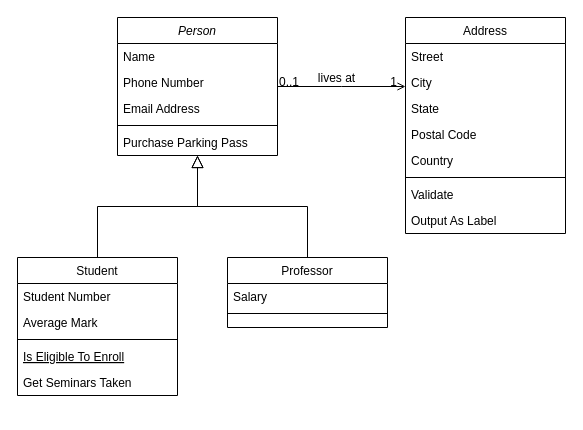
This is Database.drawio from sourchib/Assessment-Sysadmin, a draw.io file, before an edit. Source tidied: cells renumbered, new cells numbered last; positions are measured from the earlier drawing's top-left corner, leaving out a move shared by most shapes. Both pictures are drawn from the tidied source at 100%, with x=0, y=0 at pixel (17, 17).
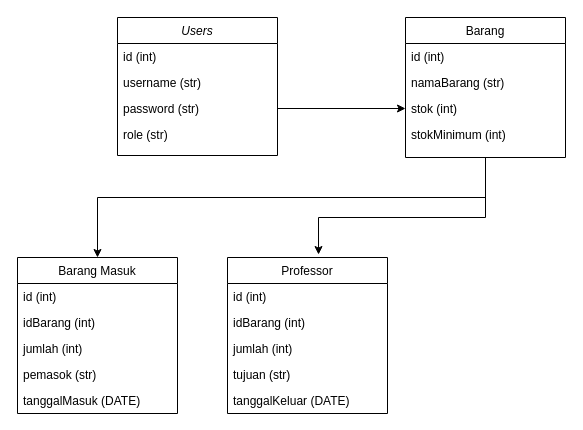
After the change.

The edit, as a diff of the source:
```diff
@@
-    <mxCell id="2" value="Person" style="swimlane;fontStyle=2;align=center;verticalAlign=top;horizontal=1;startSize=26;rounded=0;shadow=0;strokeWidth=1;" parent="1" vertex="1">
+    <mxCell id="2" value="Users" style="swimlane;fontStyle=2;align=center;verticalAlign=top;horizontal=1;startSize=26;rounded=0;shadow=0;strokeWidth=1;" parent="1" vertex="1">
       <mxGeometry x="100" width="160" height="138" as="geometry" />
     </mxCell>
-    <mxCell id="3" value="Name" style="text;align=left;verticalAlign=top;spacingLeft=4;spacingRight=4;overflow=hidden;" parent="2" vertex="1">
+    <mxCell id="3" value="id (int)" style="text;align=left;verticalAlign=top;spacingLeft=4;spacingRight=4;overflow=hidden;" parent="2" vertex="1">
       <mxGeometry y="26" width="160" height="26" as="geometry" />
     </mxCell>
-    <mxCell id="4" value="Phone Number" style="text;align=left;verticalAlign=top;spacingLeft=4;spacingRight=4;overflow=hidden;rounded=0;shadow=0;html=0;" parent="2" vertex="1">
+    <mxCell id="4" value="username (str)" style="text;align=left;verticalAlign=top;spacingLeft=4;spacingRight=4;overflow=hidden;rounded=0;shadow=0;html=0;" parent="2" vertex="1">
       <mxGeometry y="52" width="160" height="26" as="geometry" />
     </mxCell>
-    <mxCell id="5" value="Email Address" style="text;align=left;verticalAlign=top;spacingLeft=4;spacingRight=4;overflow=hidden;points=[[0,0.5],[1,0.5]];portConstraint=eastwest;rounded=0;shadow=0;html=0;" parent="2" vertex="1">
+    <mxCell id="5" value="password (str)" style="text;align=left;verticalAlign=top;spacingLeft=4;spacingRight=4;overflow=hidden;points=[[0,0.5],[1,0.5]];portConstraint=eastwest;rounded=0;shadow=0;html=0;" parent="2" vertex="1">
       <mxGeometry y="78" width="160" height="26" as="geometry" />
     </mxCell>
-    <mxCell id="6" style="line;html=1;strokeWidth=1;align=left;verticalAlign=middle;spacingTop=-1;spacingLeft=3;spacingRight=3;labelPosition=right;" parent="2" vertex="1">
-      <mxGeometry y="104" width="160" height="8" as="geometry" />
-    </mxCell>
-    <mxCell id="7" value="Purchase Parking Pass" style="text;align=left;verticalAlign=top;spacingLeft=4;spacingRight=4;overflow=hidden;" parent="2" vertex="1">
-      <mxGeometry y="112" width="160" height="26" as="geometry" />
-    </mxCell>
+    <mxCell id="32" value="role (str)" style="text;align=left;verticalAlign=top;spacingLeft=4;spacingRight=4;overflow=hidden;rounded=0;shadow=0;html=0;" parent="2" vertex="1">
+      <mxGeometry y="104" width="160" height="26" as="geometry" />
+    </mxCell>
-    <mxCell id="8" value="Student" style="swimlane;fontStyle=0;align=center;verticalAlign=top;horizontal=1;startSize=26;rounded=0;shadow=0;strokeWidth=1;" parent="1" vertex="1">
-      <mxGeometry y="240" width="160" height="138" as="geometry" />
+    <mxCell id="8" value="Barang Masuk" style="swimlane;fontStyle=0;align=center;verticalAlign=top;horizontal=1;startSize=26;rounded=0;shadow=0;strokeWidth=1;" parent="1" vertex="1">
+      <mxGeometry y="240" width="160" height="156" as="geometry" />
     </mxCell>
-    <mxCell id="9" value="Student Number" style="text;align=left;verticalAlign=top;spacingLeft=4;spacingRight=4;overflow=hidden;" parent="8" vertex="1">
+    <mxCell id="9" value="id (int)" style="text;align=left;verticalAlign=top;spacingLeft=4;spacingRight=4;overflow=hidden;" parent="8" vertex="1">
       <mxGeometry y="26" width="160" height="26" as="geometry" />
     </mxCell>
-    <mxCell id="10" value="Average Mark" style="text;align=left;verticalAlign=top;spacingLeft=4;spacingRight=4;overflow=hidden;rounded=0;shadow=0;html=0;" parent="8" vertex="1">
+    <mxCell id="10" value="idBarang (int)" style="text;align=left;verticalAlign=top;spacingLeft=4;spacingRight=4;overflow=hidden;rounded=0;shadow=0;html=0;" parent="8" vertex="1">
       <mxGeometry y="52" width="160" height="26" as="geometry" />
     </mxCell>
-    <mxCell id="11" style="line;html=1;strokeWidth=1;align=left;verticalAlign=middle;spacingTop=-1;spacingLeft=3;spacingRight=3;labelPosition=right;" parent="8" vertex="1">
-      <mxGeometry y="78" width="160" height="8" as="geometry" />
-    </mxCell>
-    <mxCell id="12" value="Is Eligible To Enroll" style="text;align=left;verticalAlign=top;spacingLeft=4;spacingRight=4;overflow=hidden;fontStyle=4;" parent="8" vertex="1">
-      <mxGeometry y="86" width="160" height="26" as="geometry" />
+    <mxCell id="12" value="jumlah (int)" style="text;align=left;verticalAlign=top;spacingLeft=4;spacingRight=4;overflow=hidden;fontStyle=0;" parent="8" vertex="1">
+      <mxGeometry y="78" width="160" height="26" as="geometry" />
     </mxCell>
-    <mxCell id="13" value="Get Seminars Taken" style="text;align=left;verticalAlign=top;spacingLeft=4;spacingRight=4;overflow=hidden;" parent="8" vertex="1">
-      <mxGeometry y="112" width="160" height="26" as="geometry" />
+    <mxCell id="13" value="pemasok (str)" style="text;align=left;verticalAlign=top;spacingLeft=4;spacingRight=4;overflow=hidden;" parent="8" vertex="1">
+      <mxGeometry y="104" width="160" height="26" as="geometry" />
     </mxCell>
-    <mxCell id="14" style="endArrow=block;endSize=10;endFill=0;shadow=0;strokeWidth=1;rounded=0;curved=0;edgeStyle=elbowEdgeStyle;elbow=vertical;" parent="1" edge="1" source="8" target="2">
-      <mxGeometry relative="1" as="geometry" />
-    </mxCell>
+    <mxCell id="33" value="tanggalMasuk (DATE)" style="text;align=left;verticalAlign=top;spacingLeft=4;spacingRight=4;overflow=hidden;" parent="8" vertex="1">
+      <mxGeometry y="130" width="160" height="26" as="geometry" />
+    </mxCell>
     <mxCell id="15" value="Professor" style="swimlane;fontStyle=0;align=center;verticalAlign=top;horizontal=1;startSize=26;rounded=0;shadow=0;strokeWidth=1;" parent="1" vertex="1">
-      <mxGeometry x="210" y="240" width="160" height="70" as="geometry" />
+      <mxGeometry x="210" y="240" width="160" height="156" as="geometry" />
     </mxCell>
-    <mxCell id="16" value="Salary" style="text;align=left;verticalAlign=top;spacingLeft=4;spacingRight=4;overflow=hidden;" parent="15" vertex="1">
+    <mxCell id="16" value="id (int)" style="text;align=left;verticalAlign=top;spacingLeft=4;spacingRight=4;overflow=hidden;" parent="15" vertex="1">
       <mxGeometry y="26" width="160" height="26" as="geometry" />
     </mxCell>
-    <mxCell id="17" style="line;html=1;strokeWidth=1;align=left;verticalAlign=middle;spacingTop=-1;spacingLeft=3;spacingRight=3;labelPosition=right;" parent="15" vertex="1">
-      <mxGeometry y="52" width="160" height="8" as="geometry" />
-    </mxCell>
-    <mxCell id="18" style="endArrow=block;endSize=10;endFill=0;shadow=0;strokeWidth=1;rounded=0;curved=0;edgeStyle=elbowEdgeStyle;elbow=vertical;" parent="1" edge="1" source="15" target="2">
-      <mxGeometry relative="1" as="geometry" />
-    </mxCell>
+    <mxCell id="34" value="idBarang (int)" style="text;align=left;verticalAlign=top;spacingLeft=4;spacingRight=4;overflow=hidden;" parent="15" vertex="1">
+      <mxGeometry y="52" width="160" height="26" as="geometry" />
+    </mxCell>
+    <mxCell id="35" value="jumlah (int)" style="text;align=left;verticalAlign=top;spacingLeft=4;spacingRight=4;overflow=hidden;" parent="15" vertex="1">
+      <mxGeometry y="78" width="160" height="26" as="geometry" />
+    </mxCell>
+    <mxCell id="36" value="tujuan (str)" style="text;align=left;verticalAlign=top;spacingLeft=4;spacingRight=4;overflow=hidden;" parent="15" vertex="1">
+      <mxGeometry y="104" width="160" height="26" as="geometry" />
+    </mxCell>
+    <mxCell id="37" value="tanggalKeluar (DATE)" style="text;align=left;verticalAlign=top;spacingLeft=4;spacingRight=4;overflow=hidden;" parent="15" vertex="1">
+      <mxGeometry y="130" width="160" height="26" as="geometry" />
+    </mxCell>
+    <mxCell id="38" style="edgeStyle=orthogonalEdgeStyle;rounded=0;jettySize=auto;html=1;entryX=0.5;entryY=0;entryDx=0;entryDy=0;" parent="1" edge="1" source="19" target="8">
+      <mxGeometry relative="1" as="geometry">
+        <Array as="points">
+          <mxPoint x="468" y="180" />
+          <mxPoint x="80" y="180" />
+        </Array>
+      </mxGeometry>
+    </mxCell>
-    <mxCell id="19" value="Address" style="swimlane;fontStyle=0;align=center;verticalAlign=top;horizontal=1;startSize=26;rounded=0;shadow=0;strokeWidth=1;" parent="1" vertex="1">
-      <mxGeometry x="388" width="160" height="216" as="geometry" />
+    <mxCell id="19" value="Barang" style="swimlane;fontStyle=0;align=center;verticalAlign=top;horizontal=1;startSize=26;rounded=0;shadow=0;strokeWidth=1;" parent="1" vertex="1">
+      <mxGeometry x="388" width="160" height="140" as="geometry" />
     </mxCell>
-    <mxCell id="20" value="Street" style="text;align=left;verticalAlign=top;spacingLeft=4;spacingRight=4;overflow=hidden;" parent="19" vertex="1">
+    <mxCell id="20" value="id (int)" style="text;align=left;verticalAlign=top;spacingLeft=4;spacingRight=4;overflow=hidden;" parent="19" vertex="1">
       <mxGeometry y="26" width="160" height="26" as="geometry" />
     </mxCell>
-    <mxCell id="21" value="City" style="text;align=left;verticalAlign=top;spacingLeft=4;spacingRight=4;overflow=hidden;rounded=0;shadow=0;html=0;" parent="19" vertex="1">
+    <mxCell id="21" value="namaBarang (str)" style="text;align=left;verticalAlign=top;spacingLeft=4;spacingRight=4;overflow=hidden;rounded=0;shadow=0;html=0;" parent="19" vertex="1">
       <mxGeometry y="52" width="160" height="26" as="geometry" />
     </mxCell>
-    <mxCell id="22" value="State" style="text;align=left;verticalAlign=top;spacingLeft=4;spacingRight=4;overflow=hidden;points=[[0,0.5],[1,0.5]];portConstraint=eastwest;rounded=0;shadow=0;html=0;" parent="19" vertex="1">
+    <mxCell id="22" value="stok (int)" style="text;align=left;verticalAlign=top;spacingLeft=4;spacingRight=4;overflow=hidden;points=[[0,0.5],[1,0.5]];portConstraint=eastwest;rounded=0;shadow=0;html=0;" parent="19" vertex="1">
       <mxGeometry y="78" width="160" height="26" as="geometry" />
     </mxCell>
-    <mxCell id="23" value="Postal Code" style="text;align=left;verticalAlign=top;spacingLeft=4;spacingRight=4;overflow=hidden;rounded=0;shadow=0;html=0;" parent="19" vertex="1">
+    <mxCell id="23" value="stokMinimum (int)" style="text;align=left;verticalAlign=top;spacingLeft=4;spacingRight=4;overflow=hidden;rounded=0;shadow=0;html=0;" parent="19" vertex="1">
       <mxGeometry y="104" width="160" height="26" as="geometry" />
     </mxCell>
-    <mxCell id="24" value="Country" style="text;align=left;verticalAlign=top;spacingLeft=4;spacingRight=4;overflow=hidden;rounded=0;shadow=0;html=0;" parent="19" vertex="1">
-      <mxGeometry y="130" width="160" height="26" as="geometry" />
-    </mxCell>
-    <mxCell id="25" style="line;html=1;strokeWidth=1;align=left;verticalAlign=middle;spacingTop=-1;spacingLeft=3;spacingRight=3;labelPosition=right;" parent="19" vertex="1">
-      <mxGeometry y="156" width="160" height="8" as="geometry" />
-    </mxCell>
-    <mxCell id="26" value="Validate" style="text;align=left;verticalAlign=top;spacingLeft=4;spacingRight=4;overflow=hidden;" parent="19" vertex="1">
-      <mxGeometry y="164" width="160" height="26" as="geometry" />
-    </mxCell>
-    <mxCell id="27" value="Output As Label" style="text;align=left;verticalAlign=top;spacingLeft=4;spacingRight=4;overflow=hidden;" parent="19" vertex="1">
-      <mxGeometry y="190" width="160" height="26" as="geometry" />
-    </mxCell>
-    <mxCell id="28" style="endArrow=open;shadow=0;strokeWidth=1;rounded=0;curved=0;endFill=1;edgeStyle=elbowEdgeStyle;elbow=vertical;" parent="1" edge="1" source="2" target="19">
-      <mxGeometry x="0.5" y="41" relative="1" as="geometry">
-        <mxPoint x="-40" y="32" as="offset" />
-      </mxGeometry>
-    </mxCell>
-    <mxCell id="29" value="0..1" style="align=left;verticalAlign=bottom;labelBackgroundColor=none;fontSize=12;" parent="28" vertex="1">
-      <mxGeometry x="-1" relative="1" as="geometry">
-        <mxPoint y="4" as="offset" />
-      </mxGeometry>
-    </mxCell>
-    <mxCell id="30" value="1" style="align=right;verticalAlign=bottom;labelBackgroundColor=none;fontSize=12;" parent="28" vertex="1">
-      <mxGeometry x="1" relative="1" as="geometry">
-        <mxPoint x="-7" y="4" as="offset" />
-      </mxGeometry>
-    </mxCell>
-    <mxCell id="31" value="lives at" style="text;html=1;align=center;verticalAlign=middle;labelBackgroundColor=none;rounded=0;shadow=0;strokeWidth=1;fontSize=12;" parent="28" vertex="1">
-      <mxGeometry x="0.5" y="49" relative="1" as="geometry">
-        <mxPoint x="-38" y="40" as="offset" />
-      </mxGeometry>
-    </mxCell>
+    <mxCell id="39" style="edgeStyle=orthogonalEdgeStyle;rounded=0;jettySize=auto;html=1;exitX=0.5;exitY=1;exitDx=0;exitDy=0;entryX=0.569;entryY=-0.019;entryDx=0;entryDy=0;entryPerimeter=0;" parent="1" edge="1" source="19" target="15">
+      <mxGeometry relative="1" as="geometry">
+        <Array as="points">
+          <mxPoint x="468" y="200" />
+          <mxPoint x="301" y="200" />
+        </Array>
+      </mxGeometry>
+    </mxCell>
+    <mxCell id="40" style="edgeStyle=orthogonalEdgeStyle;rounded=0;jettySize=auto;html=1;entryX=0;entryY=0.5;entryDx=0;entryDy=0;strokeColor=none;" parent="1" edge="1" source="5" target="22">
+      <mxGeometry relative="1" as="geometry" />
+    </mxCell>
+    <mxCell id="41" style="edgeStyle=orthogonalEdgeStyle;rounded=0;jettySize=auto;html=1;entryX=0;entryY=0.5;entryDx=0;entryDy=0;curved=0;" parent="1" edge="1" source="5" target="22">
+      <mxGeometry relative="1" as="geometry" />
+    </mxCell>
```
